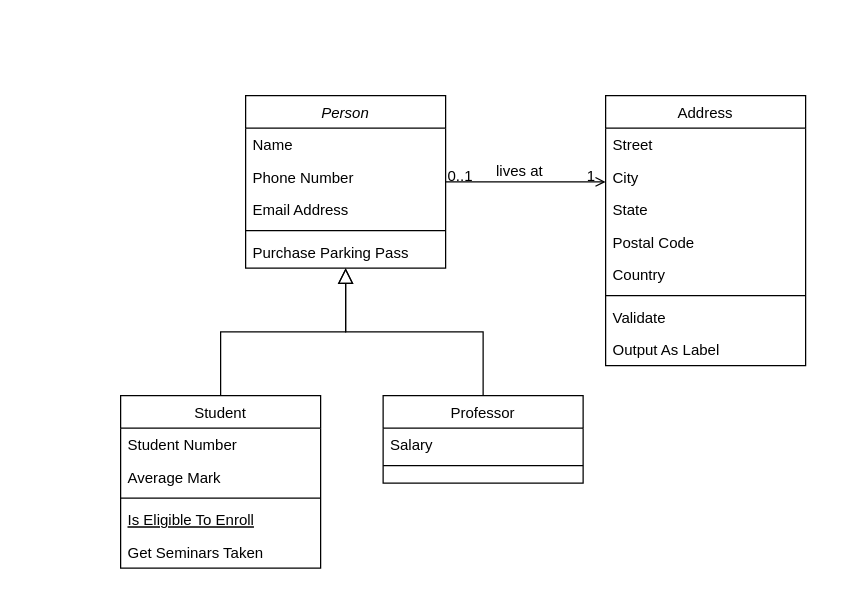
Above: Untitled Diagram.drawio in seunghyeon5/Cloneproject (draw.io), before the change. Source tidied: cells renumbered, new cells numbered last; positions are measured from the earlier drawing's top-left corner, leaving out a move shared by most shapes. Both pictures are drawn from the tidied source at 125%, with x=0, y=0 at pixel (120, 95).
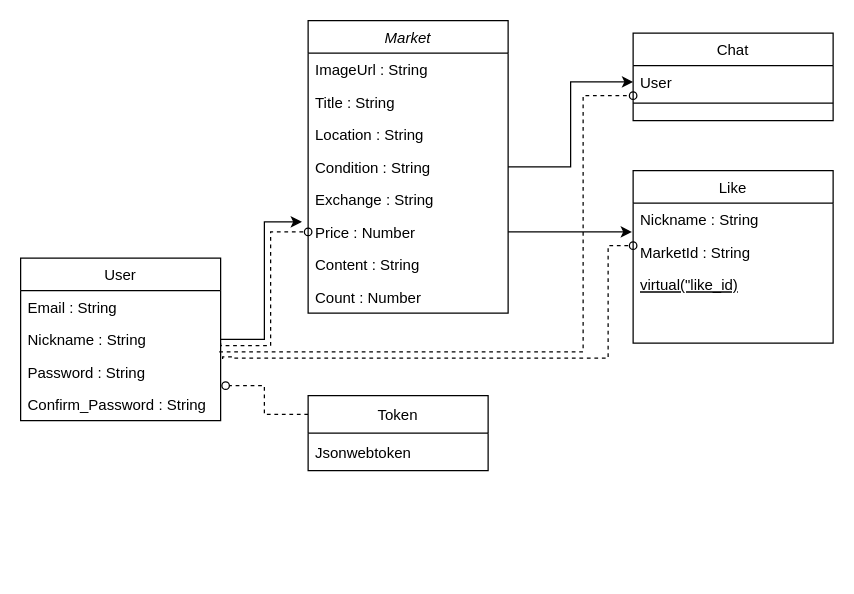
The same page after the edit.

Commit message:
클론프로젝트 drawio

What changed in the source:
```diff
@@
-    <mxCell id="2" value="Person" style="swimlane;fontStyle=2;align=center;verticalAlign=top;horizontal=1;startSize=26;rounded=0;shadow=0;strokeWidth=1;" parent="1" vertex="1">
-      <mxGeometry x="100" width="160" height="138" as="geometry" />
+    <mxCell id="2" value="Market" style="swimlane;fontStyle=2;align=center;verticalAlign=top;horizontal=1;startSize=26;rounded=0;shadow=0;strokeWidth=1;" parent="1" vertex="1">
+      <mxGeometry x="150" y="-60" width="160" height="234" as="geometry" />
     </mxCell>
-    <mxCell id="3" value="Name" style="text;align=left;verticalAlign=top;spacingLeft=4;spacingRight=4;overflow=hidden;" parent="2" vertex="1">
+    <mxCell id="3" value="ImageUrl : String" style="text;align=left;verticalAlign=top;spacingLeft=4;spacingRight=4;overflow=hidden;" parent="2" vertex="1">
       <mxGeometry y="26" width="160" height="26" as="geometry" />
     </mxCell>
-    <mxCell id="4" value="Phone Number" style="text;align=left;verticalAlign=top;spacingLeft=4;spacingRight=4;overflow=hidden;rounded=0;shadow=0;html=0;" parent="2" vertex="1">
+    <mxCell id="4" value="Title : String" style="text;align=left;verticalAlign=top;spacingLeft=4;spacingRight=4;overflow=hidden;rounded=0;shadow=0;html=0;" parent="2" vertex="1">
       <mxGeometry y="52" width="160" height="26" as="geometry" />
     </mxCell>
-    <mxCell id="5" value="Email Address" style="text;align=left;verticalAlign=top;spacingLeft=4;spacingRight=4;overflow=hidden;rounded=0;shadow=0;html=0;" parent="2" vertex="1">
+    <mxCell id="5" value="Location : String" style="text;align=left;verticalAlign=top;spacingLeft=4;spacingRight=4;overflow=hidden;rounded=0;shadow=0;html=0;" parent="2" vertex="1">
       <mxGeometry y="78" width="160" height="26" as="geometry" />
     </mxCell>
-    <mxCell id="6" style="line;html=1;strokeWidth=1;align=left;verticalAlign=middle;spacingTop=-1;spacingLeft=3;spacingRight=3;labelPosition=right;" parent="2" vertex="1">
-      <mxGeometry y="104" width="160" height="8" as="geometry" />
-    </mxCell>
-    <mxCell id="7" value="Purchase Parking Pass" style="text;align=left;verticalAlign=top;spacingLeft=4;spacingRight=4;overflow=hidden;points=[[0,0.5],[1,0.5]];portConstraint=eastwest;" parent="2" vertex="1">
-      <mxGeometry y="112" width="160" height="26" as="geometry" />
+    <mxCell id="7" value="Condition : String" style="text;align=left;verticalAlign=top;spacingLeft=4;spacingRight=4;overflow=hidden;points=[[0,0.5],[1,0.5]];portConstraint=eastwest;" parent="2" vertex="1">
+      <mxGeometry y="104" width="160" height="26" as="geometry" />
     </mxCell>
+    <mxCell id="32" value="Exchange : String" style="text;align=left;verticalAlign=top;spacingLeft=4;spacingRight=4;overflow=hidden;" parent="2" vertex="1">
+      <mxGeometry y="130" width="160" height="26" as="geometry" />
+    </mxCell>
+    <mxCell id="33" value="Price : Number" style="text;align=left;verticalAlign=top;spacingLeft=4;spacingRight=4;overflow=hidden;points=[[0,0.5],[1,0.5]];portConstraint=eastwest;" parent="2" vertex="1">
+      <mxGeometry y="156" width="160" height="26" as="geometry" />
+    </mxCell>
+    <mxCell id="34" value="Content : String" style="text;align=left;verticalAlign=top;spacingLeft=4;spacingRight=4;overflow=hidden;" parent="2" vertex="1">
+      <mxGeometry y="182" width="160" height="26" as="geometry" />
+    </mxCell>
-    <mxCell id="8" value="Student" style="swimlane;fontStyle=0;align=center;verticalAlign=top;horizontal=1;startSize=26;rounded=0;shadow=0;strokeWidth=1;" parent="1" vertex="1">
-      <mxGeometry y="240" width="160" height="138" as="geometry" />
+    <mxCell id="8" value="Like" style="swimlane;fontStyle=0;align=center;verticalAlign=top;horizontal=1;startSize=26;rounded=0;shadow=0;strokeWidth=1;" parent="1" vertex="1">
+      <mxGeometry x="410" y="60" width="160" height="138" as="geometry" />
     </mxCell>
-    <mxCell id="9" value="Student Number" style="text;align=left;verticalAlign=top;spacingLeft=4;spacingRight=4;overflow=hidden;points=[[0,0.5],[1,0.5]];portConstraint=eastwest;" parent="8" vertex="1">
+    <mxCell id="9" value="Nickname : String" style="text;align=left;verticalAlign=top;spacingLeft=4;spacingRight=4;overflow=hidden;points=[[0,0.5],[1,0.5]];portConstraint=eastwest;" parent="8" vertex="1">
       <mxGeometry y="26" width="160" height="26" as="geometry" />
     </mxCell>
-    <mxCell id="10" value="Average Mark" style="text;align=left;verticalAlign=top;spacingLeft=4;spacingRight=4;overflow=hidden;rounded=0;shadow=0;html=0;" parent="8" vertex="1">
+    <mxCell id="10" value="MarketId : String" style="text;align=left;verticalAlign=top;spacingLeft=4;spacingRight=4;overflow=hidden;rounded=0;shadow=0;html=0;" parent="8" vertex="1">
       <mxGeometry y="52" width="160" height="26" as="geometry" />
     </mxCell>
-    <mxCell id="11" style="line;html=1;strokeWidth=1;align=left;verticalAlign=middle;spacingTop=-1;spacingLeft=3;spacingRight=3;labelPosition=right;" parent="8" vertex="1">
-      <mxGeometry y="78" width="160" height="8" as="geometry" />
-    </mxCell>
-    <mxCell id="12" value="Is Eligible To Enroll" style="text;align=left;verticalAlign=top;spacingLeft=4;spacingRight=4;overflow=hidden;fontStyle=4;" parent="8" vertex="1">
-      <mxGeometry y="86" width="160" height="26" as="geometry" />
+    <mxCell id="12" value="virtual(&quot;like_id)" style="text;align=left;verticalAlign=top;spacingLeft=4;spacingRight=4;overflow=hidden;fontStyle=4;" parent="8" vertex="1">
+      <mxGeometry y="78" width="160" height="26" as="geometry" />
     </mxCell>
-    <mxCell id="13" value="Get Seminars Taken" style="text;align=left;verticalAlign=top;spacingLeft=4;spacingRight=4;overflow=hidden;" parent="8" vertex="1">
-      <mxGeometry y="112" width="160" height="26" as="geometry" />
-    </mxCell>
-    <mxCell id="14" style="endArrow=block;endSize=10;endFill=0;shadow=0;strokeWidth=1;rounded=0;edgeStyle=elbowEdgeStyle;elbow=vertical;" parent="1" edge="1" source="8" target="2">
-      <mxGeometry relative="1" as="geometry" />
-    </mxCell>
-    <mxCell id="15" value="Professor" style="swimlane;fontStyle=0;align=center;verticalAlign=top;horizontal=1;startSize=26;rounded=0;shadow=0;strokeWidth=1;" parent="1" vertex="1">
-      <mxGeometry x="210" y="240" width="160" height="70" as="geometry" />
+    <mxCell id="15" value="Chat" style="swimlane;fontStyle=0;align=center;verticalAlign=top;horizontal=1;startSize=26;rounded=0;shadow=0;strokeWidth=1;" parent="1" vertex="1">
+      <mxGeometry x="410" y="-50" width="160" height="70" as="geometry" />
     </mxCell>
-    <mxCell id="16" value="Salary" style="text;align=left;verticalAlign=top;spacingLeft=4;spacingRight=4;overflow=hidden;points=[[0,0.5],[1,0.5]];portConstraint=eastwest;" parent="15" vertex="1">
+    <mxCell id="16" value="User" style="text;align=left;verticalAlign=top;spacingLeft=4;spacingRight=4;overflow=hidden;points=[[0,0.5],[1,0.5]];portConstraint=eastwest;" parent="15" vertex="1">
       <mxGeometry y="26" width="160" height="26" as="geometry" />
     </mxCell>
@@
-    <mxCell id="18" style="endArrow=block;endSize=10;endFill=0;shadow=0;strokeWidth=1;rounded=0;edgeStyle=elbowEdgeStyle;elbow=vertical;" parent="1" edge="1" source="15" target="2">
-      <mxGeometry relative="1" as="geometry" />
-    </mxCell>
-    <mxCell id="19" value="Address" style="swimlane;fontStyle=0;align=center;verticalAlign=top;horizontal=1;startSize=26;rounded=0;shadow=0;strokeWidth=1;" parent="1" vertex="1">
-      <mxGeometry x="388" width="160" height="216" as="geometry" />
+    <mxCell id="19" value="User" style="swimlane;fontStyle=0;align=center;verticalAlign=top;horizontal=1;startSize=26;rounded=0;shadow=0;strokeWidth=1;" parent="1" vertex="1">
+      <mxGeometry x="-80" y="130" width="160" height="130" as="geometry" />
     </mxCell>
-    <mxCell id="20" value="Street" style="text;align=left;verticalAlign=top;spacingLeft=4;spacingRight=4;overflow=hidden;" parent="19" vertex="1">
+    <mxCell id="20" value="Email : String" style="text;align=left;verticalAlign=top;spacingLeft=4;spacingRight=4;overflow=hidden;" parent="19" vertex="1">
       <mxGeometry y="26" width="160" height="26" as="geometry" />
     </mxCell>
-    <mxCell id="21" value="City" style="text;align=left;verticalAlign=top;spacingLeft=4;spacingRight=4;overflow=hidden;points=[[0,0.5],[1,0.5]];portConstraint=eastwest;rounded=0;shadow=0;html=0;" parent="19" vertex="1">
+    <mxCell id="21" value="Nickname : String" style="text;align=left;verticalAlign=top;spacingLeft=4;spacingRight=4;overflow=hidden;points=[[0,0.5],[1,0.5]];portConstraint=eastwest;rounded=0;shadow=0;html=0;" parent="19" vertex="1">
       <mxGeometry y="52" width="160" height="26" as="geometry" />
     </mxCell>
-    <mxCell id="22" value="State" style="text;align=left;verticalAlign=top;spacingLeft=4;spacingRight=4;overflow=hidden;points=[[0,0.5],[1,0.5]];portConstraint=eastwest;rounded=0;shadow=0;html=0;" parent="19" vertex="1">
+    <mxCell id="22" value="Password : String" style="text;align=left;verticalAlign=top;spacingLeft=4;spacingRight=4;overflow=hidden;points=[[0,0.5],[1,0.5]];portConstraint=eastwest;rounded=0;shadow=0;html=0;" parent="19" vertex="1">
       <mxGeometry y="78" width="160" height="26" as="geometry" />
     </mxCell>
-    <mxCell id="23" value="Postal Code" style="text;align=left;verticalAlign=top;spacingLeft=4;spacingRight=4;overflow=hidden;points=[[0,0.5],[1,0.5]];portConstraint=eastwest;rounded=0;shadow=0;html=0;" parent="19" vertex="1">
+    <mxCell id="23" value="Confirm_Password : String" style="text;align=left;verticalAlign=top;spacingLeft=4;spacingRight=4;overflow=hidden;points=[[0,0.5],[1,0.5]];portConstraint=eastwest;rounded=0;shadow=0;html=0;" parent="19" vertex="1">
       <mxGeometry y="104" width="160" height="26" as="geometry" />
     </mxCell>
-    <mxCell id="24" value="Country" style="text;align=left;verticalAlign=top;spacingLeft=4;spacingRight=4;overflow=hidden;rounded=0;shadow=0;html=0;" parent="19" vertex="1">
-      <mxGeometry y="130" width="160" height="26" as="geometry" />
-    </mxCell>
-    <mxCell id="25" style="line;html=1;strokeWidth=1;align=left;verticalAlign=middle;spacingTop=-1;spacingLeft=3;spacingRight=3;labelPosition=right;" parent="19" vertex="1">
-      <mxGeometry y="156" width="160" height="8" as="geometry" />
-    </mxCell>
-    <mxCell id="26" value="Validate" style="text;align=left;verticalAlign=top;spacingLeft=4;spacingRight=4;overflow=hidden;" parent="19" vertex="1">
-      <mxGeometry y="164" width="160" height="26" as="geometry" />
-    </mxCell>
-    <mxCell id="27" value="Output As Label" style="text;align=left;verticalAlign=top;spacingLeft=4;spacingRight=4;overflow=hidden;" parent="19" vertex="1">
-      <mxGeometry y="190" width="160" height="26" as="geometry" />
-    </mxCell>
-    <mxCell id="28" style="endArrow=open;shadow=0;strokeWidth=1;rounded=0;endFill=1;edgeStyle=elbowEdgeStyle;elbow=vertical;" parent="1" edge="1" source="2" target="19">
-      <mxGeometry x="0.5" y="41" relative="1" as="geometry">
-        <mxPoint x="-40" y="32" as="offset" />
-      </mxGeometry>
-    </mxCell>
-    <mxCell id="29" value="0..1" style="align=left;verticalAlign=bottom;labelBackgroundColor=none;fontSize=12;" parent="28" vertex="1">
-      <mxGeometry x="-1" relative="1" as="geometry">
-        <mxPoint y="4" as="offset" />
-      </mxGeometry>
-    </mxCell>
-    <mxCell id="30" value="1" style="align=right;verticalAlign=bottom;labelBackgroundColor=none;fontSize=12;" parent="28" vertex="1">
-      <mxGeometry x="1" relative="1" as="geometry">
-        <mxPoint x="-7" y="4" as="offset" />
-      </mxGeometry>
-    </mxCell>
-    <mxCell id="31" value="lives at" style="text;html=1;align=center;verticalAlign=middle;labelBackgroundColor=none;rounded=0;shadow=0;strokeWidth=1;fontSize=12;" parent="28" vertex="1">
-      <mxGeometry x="0.5" y="49" relative="1" as="geometry">
-        <mxPoint x="-38" y="40" as="offset" />
-      </mxGeometry>
-    </mxCell>
+    <mxCell id="35" style="edgeStyle=orthogonalEdgeStyle;rounded=0;jettySize=auto;html=1;exitX=1;exitY=0.5;exitDx=0;exitDy=0;entryX=-0.031;entryY=0.192;entryDx=0;entryDy=0;entryPerimeter=0;" parent="1" edge="1" source="21" target="33">
+      <mxGeometry relative="1" as="geometry" />
+    </mxCell>
+    <mxCell id="36" style="edgeStyle=orthogonalEdgeStyle;rounded=0;jettySize=auto;html=1;exitX=1;exitY=0.5;exitDx=0;exitDy=0;entryX=-0.006;entryY=0.885;entryDx=0;entryDy=0;entryPerimeter=0;" parent="1" edge="1" source="33" target="9">
+      <mxGeometry relative="1" as="geometry" />
+    </mxCell>
+    <mxCell id="37" value="Count : Number" style="text;align=left;verticalAlign=top;spacingLeft=4;spacingRight=4;overflow=hidden;" parent="1" vertex="1">
+      <mxGeometry x="150" y="148" width="160" height="26" as="geometry" />
+    </mxCell>
+    <mxCell id="38" style="edgeStyle=orthogonalEdgeStyle;rounded=0;jettySize=auto;html=1;exitX=0;exitY=0.25;exitDx=0;exitDy=0;entryX=1.025;entryY=-0.077;entryDx=0;entryDy=0;entryPerimeter=0;endArrow=oval;endFill=0;dashed=1;" parent="1" edge="1" source="39" target="23">
+      <mxGeometry relative="1" as="geometry">
+        <Array as="points">
+          <mxPoint x="115" y="255" />
+          <mxPoint x="115" y="232" />
+        </Array>
+      </mxGeometry>
+    </mxCell>
+    <mxCell id="39" value="Token" style="swimlane;fontStyle=0;horizontal=1;startSize=30;" parent="1" vertex="1">
+      <mxGeometry x="150" y="240" width="144" height="60" as="geometry" />
+    </mxCell>
+    <mxCell id="40" value="Jsonwebtoken" style="text;strokeColor=none;fillColor=none;align=left;verticalAlign=middle;spacingLeft=4;spacingRight=4;overflow=hidden;" parent="39" vertex="1">
+      <mxGeometry y="30" width="144" height="30" as="geometry" />
+    </mxCell>
+    <mxCell id="41" style="edgeStyle=orthogonalEdgeStyle;rounded=0;jettySize=auto;html=1;exitX=1;exitY=0.5;exitDx=0;exitDy=0;entryX=0;entryY=0.5;entryDx=0;entryDy=0;" parent="1" edge="1" source="7" target="16">
+      <mxGeometry relative="1" as="geometry" />
+    </mxCell>
+    <mxCell id="42" style="edgeStyle=orthogonalEdgeStyle;rounded=0;jettySize=auto;html=1;dashed=1;endArrow=oval;endFill=0;entryX=0;entryY=0.5;entryDx=0;entryDy=0;" parent="1" edge="1" target="33">
+      <mxGeometry relative="1" as="geometry">
+        <mxPoint x="80" y="198" as="sourcePoint" />
+        <Array as="points">
+          <mxPoint x="80" y="200" />
+          <mxPoint x="120" y="200" />
+          <mxPoint x="120" y="109" />
+        </Array>
+      </mxGeometry>
+    </mxCell>
+    <mxCell id="43" style="edgeStyle=orthogonalEdgeStyle;rounded=0;jettySize=auto;html=1;dashed=1;endArrow=oval;endFill=0;exitX=1.01;exitY=0.1;exitDx=0;exitDy=0;exitPerimeter=0;" parent="1" edge="1" source="22">
+      <mxGeometry relative="1" as="geometry">
+        <mxPoint x="410" y="120" as="targetPoint" />
+        <Array as="points">
+          <mxPoint x="82" y="209" />
+          <mxPoint x="90" y="209" />
+          <mxPoint x="390" y="210" />
+          <mxPoint x="390" y="120" />
+        </Array>
+      </mxGeometry>
+    </mxCell>
+    <mxCell id="44" style="edgeStyle=orthogonalEdgeStyle;rounded=0;jettySize=auto;html=1;dashed=1;endArrow=oval;endFill=0;exitX=0.993;exitY=0.886;exitDx=0;exitDy=0;exitPerimeter=0;" parent="1" edge="1" source="21">
+      <mxGeometry relative="1" as="geometry">
+        <mxPoint x="410" as="targetPoint" />
+        <Array as="points">
+          <mxPoint x="370" y="205" />
+          <mxPoint x="370" />
+          <mxPoint x="410" />
+        </Array>
+      </mxGeometry>
+    </mxCell>
```
